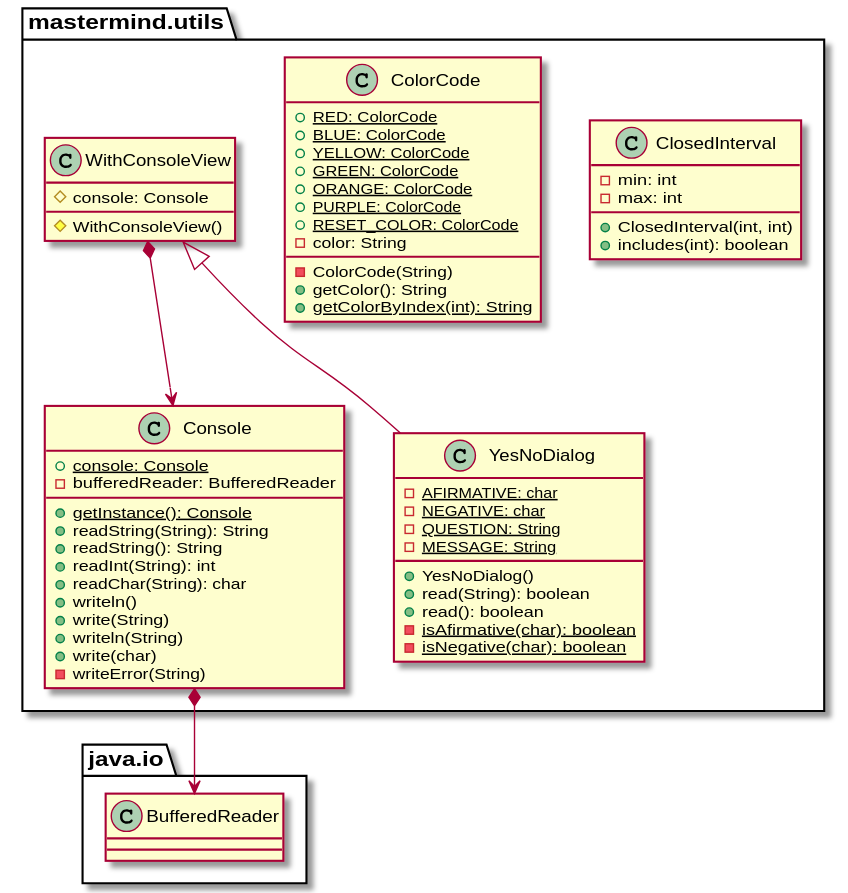
SantaTecla-mastermind/solution.java.swing.socket.sql keeps this PlantUML diagram as documentView/console/docs/diagrams/out/paquetes/mastermind.utils.svg. Above is the earlier version.
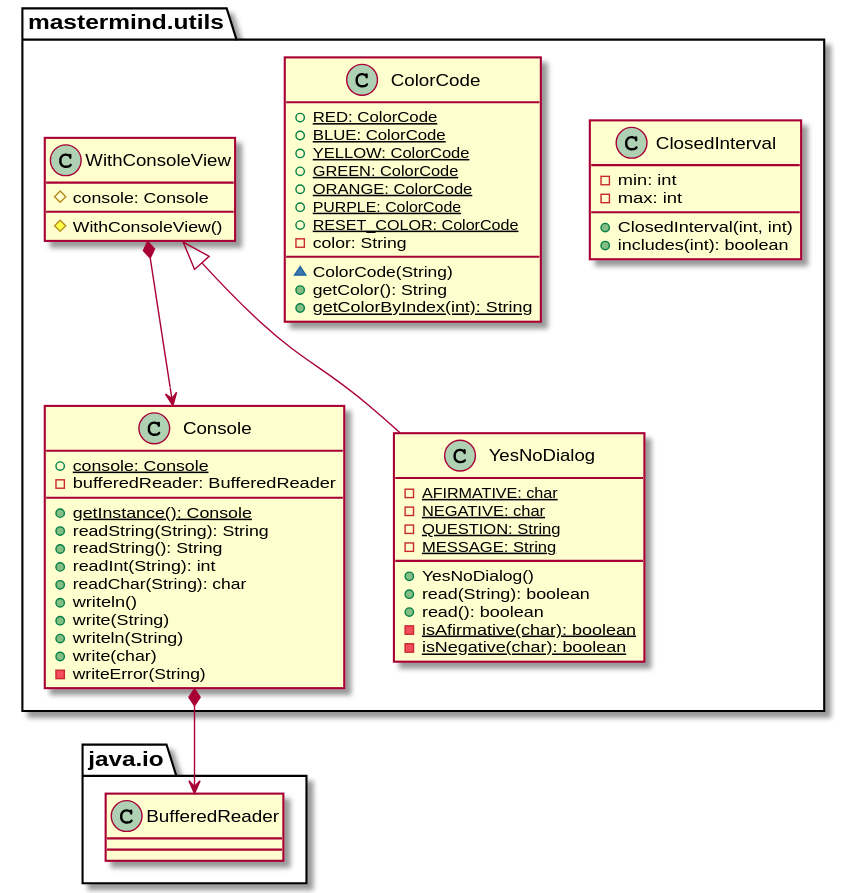
After the change.

What changed in the source:
```diff
@@ -15,7 +15,7 @@
 + {static} PURPLE: ColorCode
 + {static} RESET_COLOR: ColorCode
 - color: String
-- ColorCode(String)
+~ ColorCode(String)
 + getColor(): String
 + {static} getColorByIndex(int): String
 }
```
